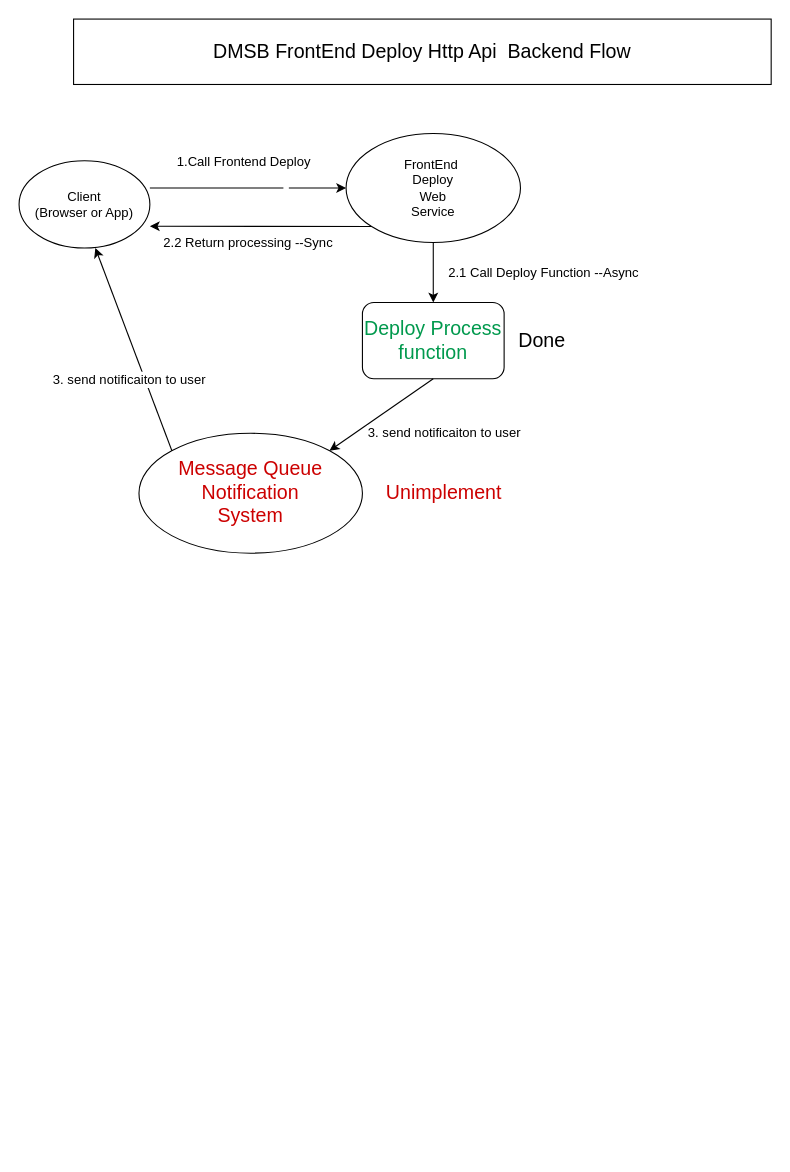
Before: DMSB_Frontend_Deploy_flow.drawio in stereo720712/FlowChart, a draw.io diagram. Source tidied: cells renumbered, new cells numbered last; positions are measured from the earlier drawing's top-left corner, leaving out a move shared by most shapes. Both pictures are drawn from the tidied source at 109%, with x=0, y=0 at pixel (19, 19).
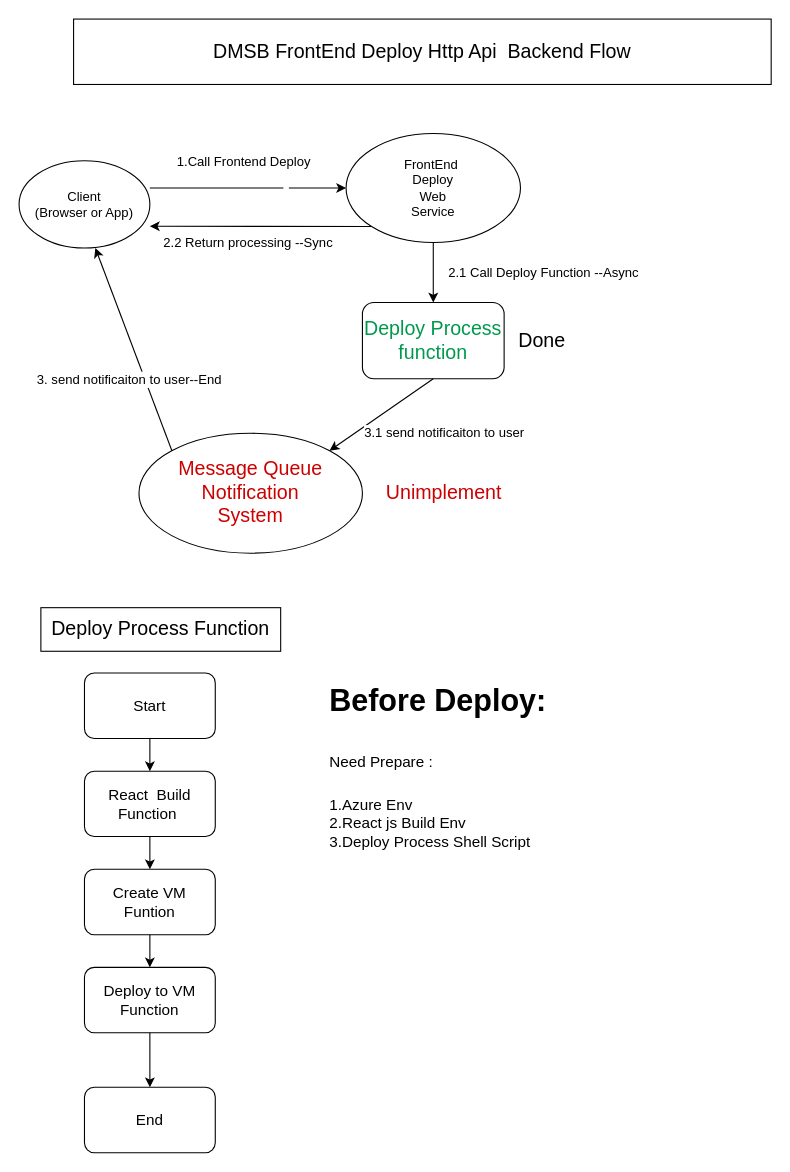
Above is the later version.

Unchanged cells that the change refers to:
```xml
<mxCell id="16" style="endArrow=classic;html=1;rounded=0;fontSize=12;fontColor=#000000;entryX=1;entryY=0;entryDx=0;entryDy=0;exitX=0.5;exitY=1;exitDx=0;exitDy=0;" parent="1" edge="1" source="9" target="14">
  <mxGeometry relative="1" as="geometry" />
</mxCell>
```

What changed in the source:
```diff
@@
-    <mxCell id="17" value="3. send notificaiton to user" style="edgeLabel;html=1;align=center;verticalAlign=middle;fontSize=12;fontColor=#000000;" parent="16" vertex="1">
+    <mxCell id="17" value="3.1 send notificaiton to user" style="edgeLabel;html=1;align=center;verticalAlign=middle;fontSize=12;fontColor=#000000;" parent="16" vertex="1">
       <mxGeometry x="-0.05" y="-2" relative="1" as="geometry">
         <mxPoint x="56" y="20" as="offset" />
       </mxGeometry>
     </mxCell>
@@
-    <mxCell id="19" value="3. send notificaiton to user" style="edgeLabel;html=1;align=center;verticalAlign=middle;fontSize=12;fontColor=#000000;" parent="1" vertex="1">
+    <mxCell id="19" value="3. send notificaiton to user--End" style="edgeLabel;html=1;align=center;verticalAlign=middle;fontSize=12;fontColor=#000000;" parent="1" vertex="1">
       <mxGeometry x="100" y="330" as="geometry" />
     </mxCell>
+    <mxCell id="20" value="&lt;font style=&quot;font-size: 18px&quot;&gt;Deploy Process Function&lt;/font&gt;" style="rounded=0;whiteSpace=wrap;html=1;" parent="1" vertex="1">
+      <mxGeometry x="20" y="540" width="220" height="40" as="geometry" />
+    </mxCell>
+    <mxCell id="21" value="&lt;font style=&quot;font-size: 14px&quot;&gt;Start&lt;/font&gt;" style="rounded=1;whiteSpace=wrap;html=1;fontSize=12;fontColor=#000000;" parent="1" vertex="1">
+      <mxGeometry x="60" y="600" width="120" height="60" as="geometry" />
+    </mxCell>
+    <mxCell id="22" value="&amp;nbsp;React&amp;nbsp; Build&amp;nbsp;&lt;br&gt;Function&amp;nbsp;" style="rounded=1;whiteSpace=wrap;html=1;fontSize=14;fontColor=#000000;" parent="1" vertex="1">
+      <mxGeometry x="60" y="690" width="120" height="60" as="geometry" />
+    </mxCell>
+    <mxCell id="23" value="&lt;h1&gt;&lt;span&gt;Before Deploy:&lt;/span&gt;&lt;/h1&gt;&lt;h1&gt;&lt;span style=&quot;font-size: 14px ; font-weight: 400&quot;&gt;Need Prepare :&lt;/span&gt;&lt;/h1&gt;&lt;div&gt;&lt;span style=&quot;font-size: 14px ; font-weight: 400&quot;&gt;1.Azure Env&lt;/span&gt;&lt;/div&gt;&lt;div&gt;&lt;span style=&quot;font-size: 14px ; font-weight: 400&quot;&gt;2.React js Build Env&lt;/span&gt;&lt;/div&gt;&lt;div&gt;&lt;span style=&quot;font-size: 14px ; font-weight: 400&quot;&gt;3.Deploy Process Shell Script&lt;/span&gt;&lt;/div&gt;&lt;div&gt;&lt;br&gt;&lt;/div&gt;" style="text;html=1;strokeColor=none;fillColor=none;spacing=5;spacingTop=-20;whiteSpace=wrap;overflow=hidden;rounded=0;fontSize=14;fontColor=#000000;" parent="1" vertex="1">
+      <mxGeometry x="280" y="600" width="290" height="190" as="geometry" />
+    </mxCell>
+    <mxCell id="24" style="endArrow=classic;html=1;rounded=0;fontSize=14;fontColor=#000000;exitX=0.5;exitY=1;exitDx=0;exitDy=0;entryX=0.5;entryY=0;entryDx=0;entryDy=0;" parent="1" edge="1" source="21" target="22">
+      <mxGeometry relative="1" as="geometry" />
+    </mxCell>
+    <mxCell id="25" value="Create VM&lt;br&gt;Funtion" style="rounded=1;whiteSpace=wrap;html=1;fontSize=14;fontColor=#000000;" parent="1" vertex="1">
+      <mxGeometry x="60" y="780" width="120" height="60" as="geometry" />
+    </mxCell>
+    <mxCell id="26" style="endArrow=classic;html=1;rounded=0;fontSize=14;fontColor=#000000;exitX=0.5;exitY=1;exitDx=0;exitDy=0;" parent="1" edge="1" source="22" target="25">
+      <mxGeometry relative="1" as="geometry" />
+    </mxCell>
+    <mxCell id="27" value="Deploy to VM&lt;br&gt;Function" style="rounded=1;whiteSpace=wrap;html=1;fontSize=14;fontColor=#000000;" parent="1" vertex="1">
+      <mxGeometry x="60" y="870" width="120" height="60" as="geometry" />
+    </mxCell>
+    <mxCell id="28" style="endArrow=classic;html=1;rounded=0;fontSize=14;fontColor=#000000;exitX=0.5;exitY=1;exitDx=0;exitDy=0;" parent="1" edge="1" source="25" target="27">
+      <mxGeometry relative="1" as="geometry" />
+    </mxCell>
+    <mxCell id="29" value="End" style="rounded=1;whiteSpace=wrap;html=1;fontSize=14;fontColor=#000000;" parent="1" vertex="1">
+      <mxGeometry x="60" y="980" width="120" height="60" as="geometry" />
+    </mxCell>
+    <mxCell id="30" style="endArrow=classic;html=1;rounded=0;fontSize=14;fontColor=#000000;exitX=0.5;exitY=1;exitDx=0;exitDy=0;" parent="1" edge="1" source="27" target="29">
+      <mxGeometry relative="1" as="geometry" />
+    </mxCell>
```
